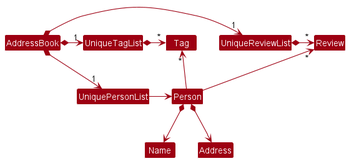
This is docs/images/BetterModelClassDiagram.png from nus-cs2103-AY2223S1/tp, a PlantUML export, as it was before one commit.
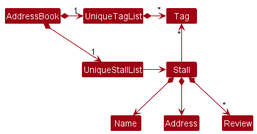
The same diagram one commit later.

What changed in the source:
```diff
@@ -4,19 +4,17 @@
 skinparam arrowColor MODEL_COLOR
 skinparam classBackgroundColor MODEL_COLOR
 
-AddressBook *-right-> "1" UniqueReviewList
-AddressBook *-right-> "1" UniquePersonList
+AddressBook *-right-> "1" UniqueStallList
 AddressBook *-right-> "1" UniqueTagList
-UniqueTagList -[hidden]down- UniquePersonList
-UniqueTagList -[hidden]down- UniquePersonList
+UniqueTagList -[hidden]down- UniqueStallList
 
-UniqueReviewList *-right-> "*" Review
+
 UniqueTagList *-right-> "*" Tag
-UniquePersonList -right-> Person
+UniqueStallList -right-> Stall
 
-Person -up-> "*" Tag
-Person -up-> "*" Review
+Stall -up-> "*" Tag
 
-Person *--> Name
-Person *--> Address
+Stall *--> Name
+Stall *--> Address
+Stall *--> "*" Review
 @enduml
```
